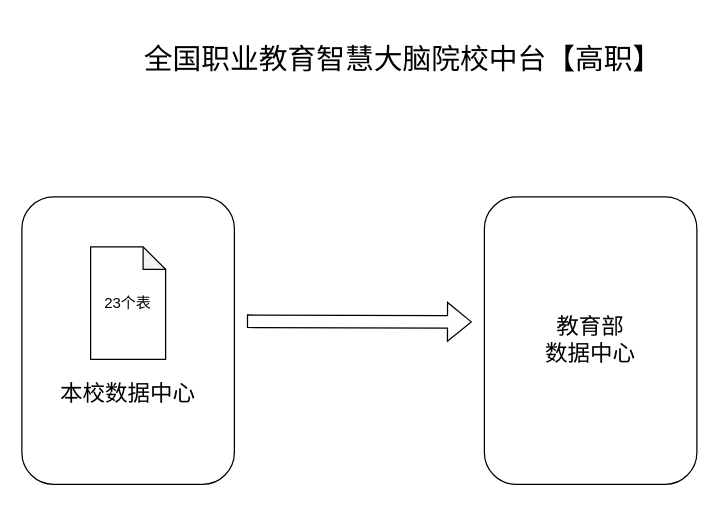
Above: 教育部智慧大脑【高职】.drawio in redcomet88/DRAW (draw.io), before the change. Source tidied: cells renumbered, new cells numbered last; positions are measured from the earlier drawing's top-left corner, leaving out a move shared by most shapes. Both pictures are drawn from the tidied source at 125%, with x=0, y=0 at pixel (21, 21).
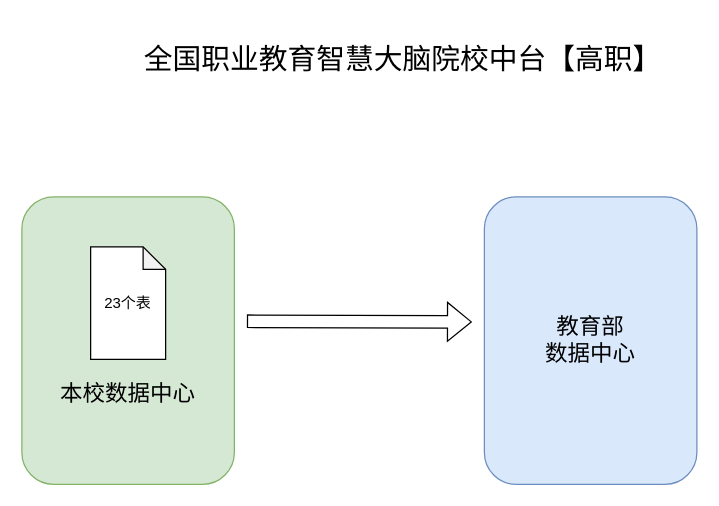
Above is the later version.

Commit message (it also covers changes not shown here):
Update 教育部智慧大脑【高职】.drawio

Diff of the diagram source:
```diff
@@
 <mxGraphModel>
   <root>
     <mxCell id="0" />
     <mxCell id="1" parent="0" />
-    <mxCell id="2" value="&lt;br&gt;&lt;br&gt;&lt;br&gt;&lt;br&gt;&lt;br&gt;&lt;br&gt;&lt;font style=&quot;font-size: 18px;&quot;&gt;本校数据中心&lt;/font&gt;" style="rounded=1;whiteSpace=wrap;html=1;" parent="1" vertex="1">
+    <mxCell id="2" value="&lt;br&gt;&lt;br&gt;&lt;br&gt;&lt;br&gt;&lt;br&gt;&lt;br&gt;&lt;font style=&quot;font-size: 18px;&quot;&gt;本校数据中心&lt;/font&gt;" style="rounded=1;whiteSpace=wrap;html=1;fillColor=#d5e8d4;strokeColor=#82b366;" parent="1" vertex="1">
       <mxGeometry y="140" width="170" height="230" as="geometry" />
     </mxCell>
     <mxCell id="3" style="shape=flexArrow;endArrow=classic;html=1;rounded=0;" parent="1" edge="1">
       <mxGeometry relative="1" as="geometry">
         <mxPoint x="180" y="239.5" as="sourcePoint" />
         <mxPoint x="360" y="240" as="targetPoint" />
       </mxGeometry>
     </mxCell>
     <mxCell id="4" value="23个表" style="shape=note;whiteSpace=wrap;html=1;backgroundOutline=1;darkOpacity=0.05;size=18;" parent="1" vertex="1">
       <mxGeometry x="55" y="180" width="60" height="90" as="geometry" />
     </mxCell>
-    <mxCell id="5" value="教育部&lt;br&gt;数据中心" style="rounded=1;whiteSpace=wrap;html=1;fontSize=18;" parent="1" vertex="1">
+    <mxCell id="5" value="教育部&lt;br&gt;数据中心" style="rounded=1;whiteSpace=wrap;html=1;fontSize=18;fillColor=#dae8fc;strokeColor=#6c8ebf;" parent="1" vertex="1">
       <mxGeometry x="370" y="140" width="170" height="230" as="geometry" />
     </mxCell>
     <mxCell id="6" value="全国职业教育智慧大脑院校中台【高职】" style="text;html=1;strokeColor=none;fillColor=none;align=center;verticalAlign=middle;whiteSpace=wrap;rounded=0;fontSize=23;" parent="1" vertex="1">
       <mxGeometry x="80" width="450" height="60" as="geometry" />
     </mxCell>
   </root>
 </mxGraphModel>
```
